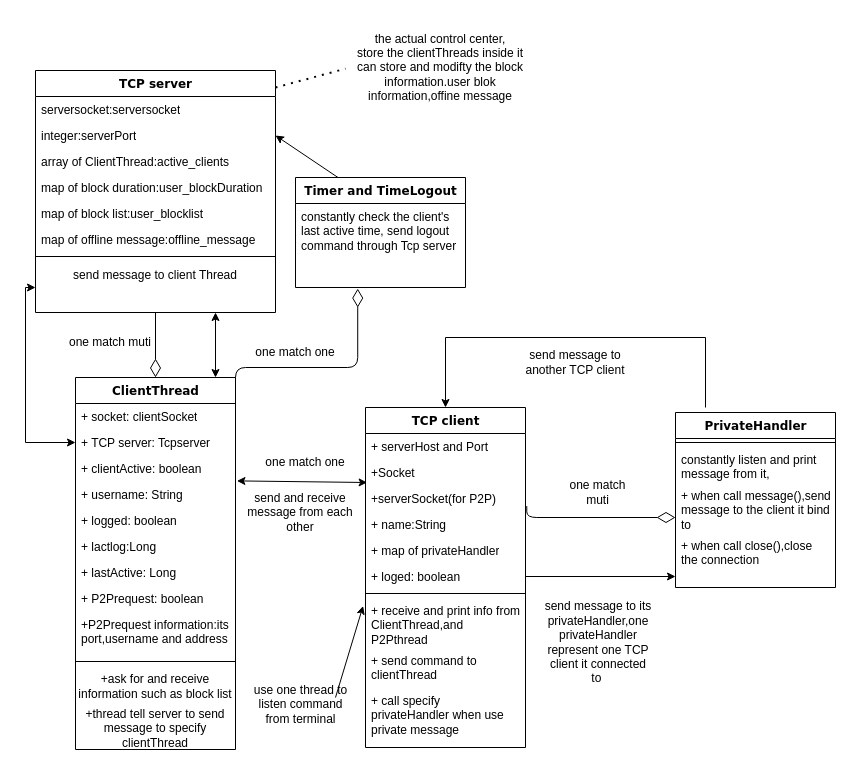
Before: COMP9331.drawio in bekon-official/COMP9311, a draw.io diagram. Source tidied: cells renumbered, new cells numbered last; positions are measured from the earlier drawing's top-left corner, leaving out a move shared by most shapes. Both pictures are drawn from the tidied source at 100%, with x=0, y=0 at pixel (25, 17).
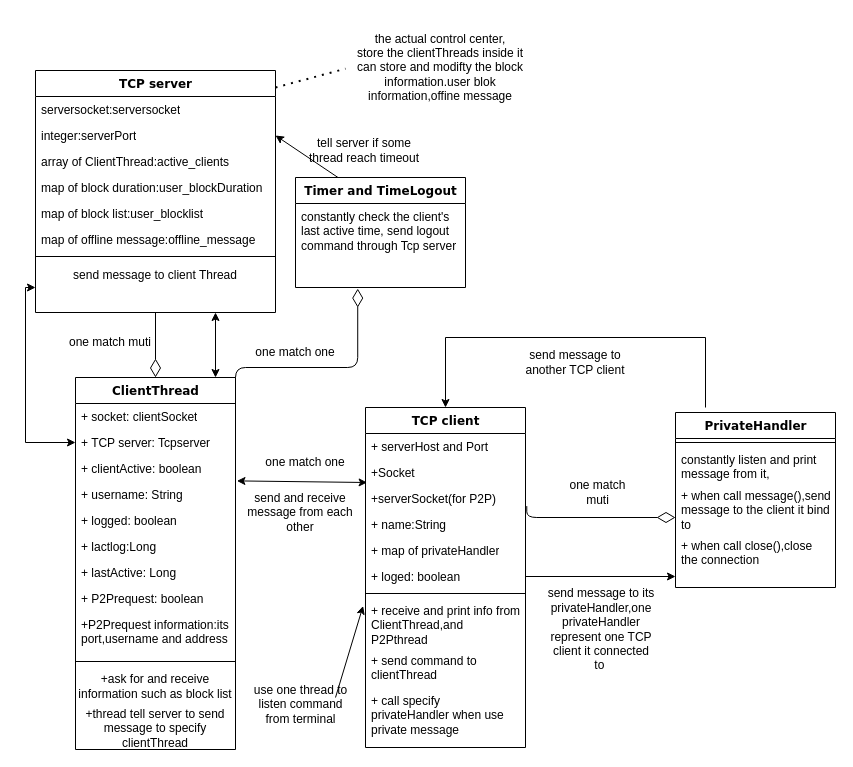
The same diagram, later.

Diff of the diagram source:
```diff
@@
     <mxCell id="62" value="send message to its privateHandler,one privateHandler represent one TCP client it connected to&amp;nbsp;" style="text;html=1;strokeColor=none;fillColor=none;align=center;verticalAlign=middle;whiteSpace=wrap;rounded=0;" parent="1" vertex="1">
-      <mxGeometry x="517.5" y="570" width="110" height="110" as="geometry" />
+      <mxGeometry x="521" y="557" width="110" height="110" as="geometry" />
     </mxCell>
+    <mxCell id="63" value="tell server if some thread reach timeout" style="text;html=1;strokeColor=none;fillColor=none;align=center;verticalAlign=middle;whiteSpace=wrap;rounded=0;" parent="1" vertex="1">
+      <mxGeometry x="274" y="118" width="130" height="30" as="geometry" />
+    </mxCell>
```
